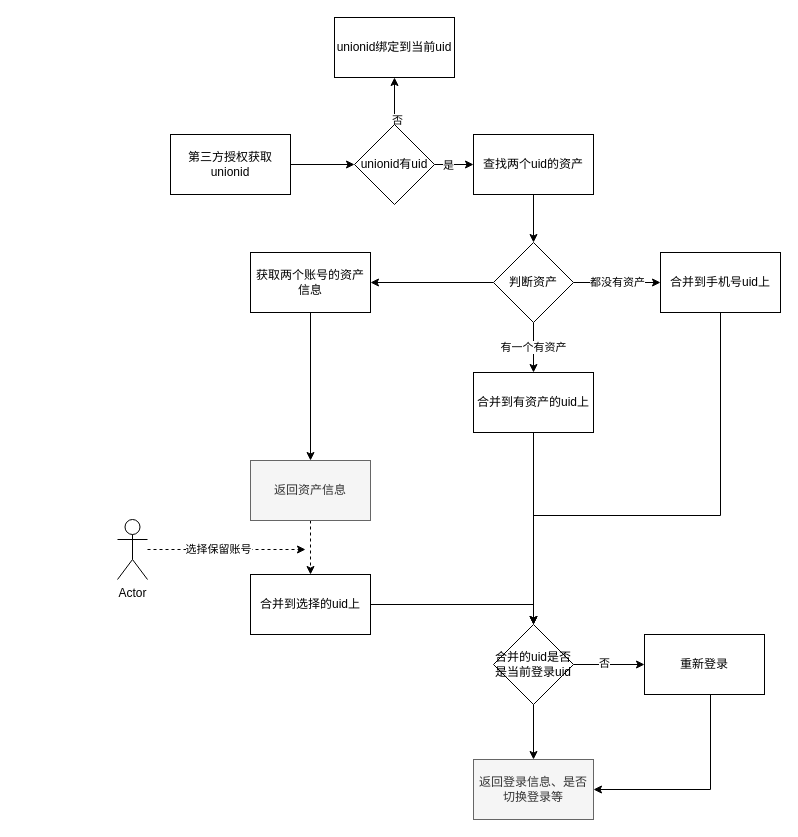
Before: page "账号合并-手机号登录态绑定微信" (8 of 9) of test.drawio in joeytang/imgs, a draw.io diagram. Source tidied: cells renumbered, new cells numbered last; positions are measured from the earlier drawing's top-left corner, leaving out a move shared by most shapes. Both pictures are drawn from the tidied source at 100%, with x=0, y=0 at pixel (117, 17).
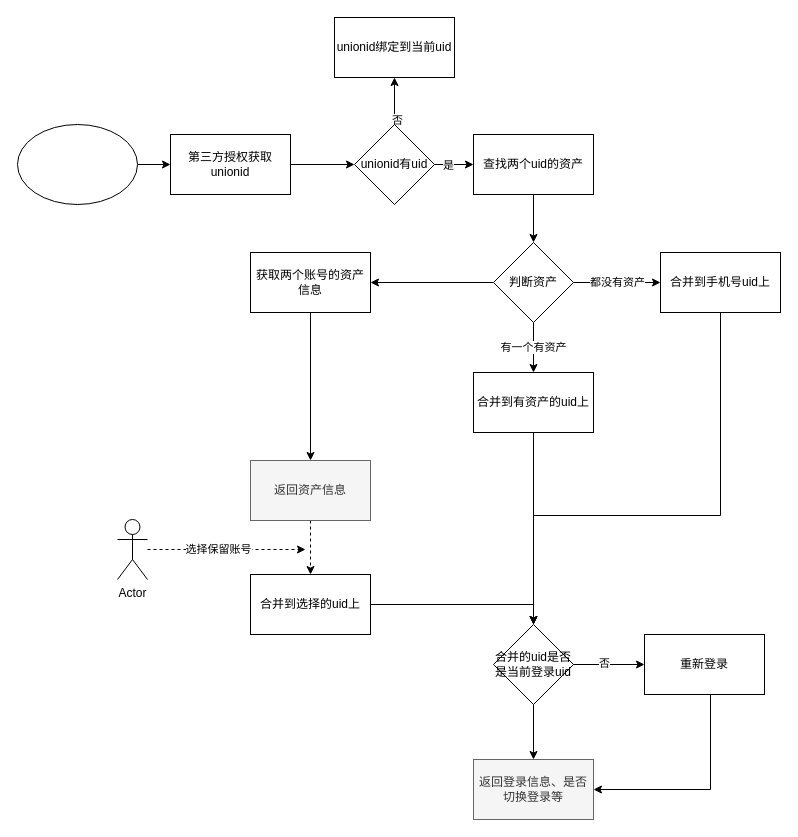
The same page after the edit.

Unchanged cells that the change refers to:
```xml
<mxCell id="3" value="第三方授权获取unionid" style="rounded=0;whiteSpace=wrap;html=1;align=center;" parent="1" vertex="1">
  <mxGeometry x="53" y="117" width="120" height="60" as="geometry" />
</mxCell>
```

The edit, as a diff of the source:
```diff
@@
+    <mxCell id="36" style="edgeStyle=orthogonalEdgeStyle;rounded=0;jettySize=auto;html=1;" parent="1" edge="1" source="37" target="3">
+      <mxGeometry relative="1" as="geometry" />
+    </mxCell>
+    <mxCell id="37" style="ellipse;whiteSpace=wrap;html=1;align=center;" parent="1" vertex="1">
+      <mxGeometry x="-100" y="107" width="120" height="80" as="geometry" />
+    </mxCell>
```
